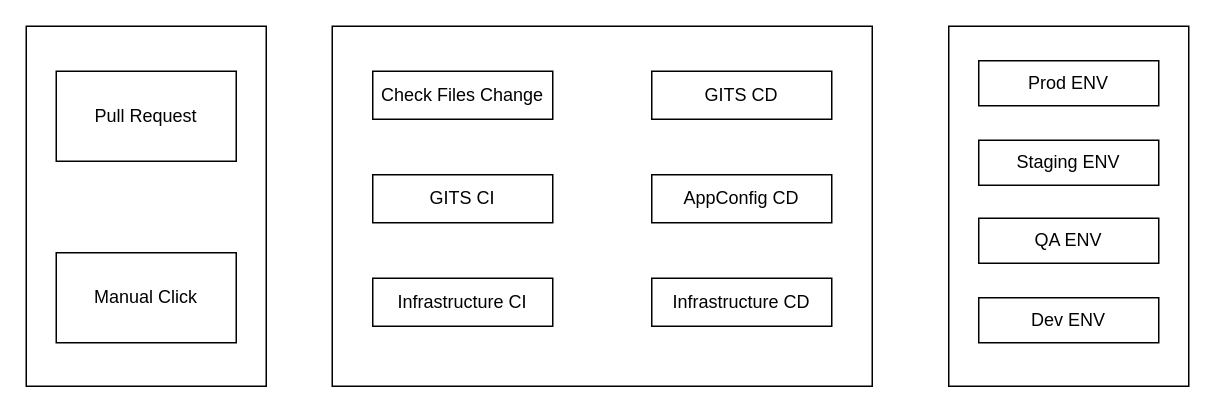
The draw.io diagram GITS CICD.drawio in wangpengming/drawio, before the edit. Source tidied: cells renumbered, new cells numbered last; positions are measured from the earlier drawing's top-left corner, leaving out a move shared by most shapes. Both pictures are drawn from the tidied source at 150%, with x=0, y=0 at pixel (26, 26).
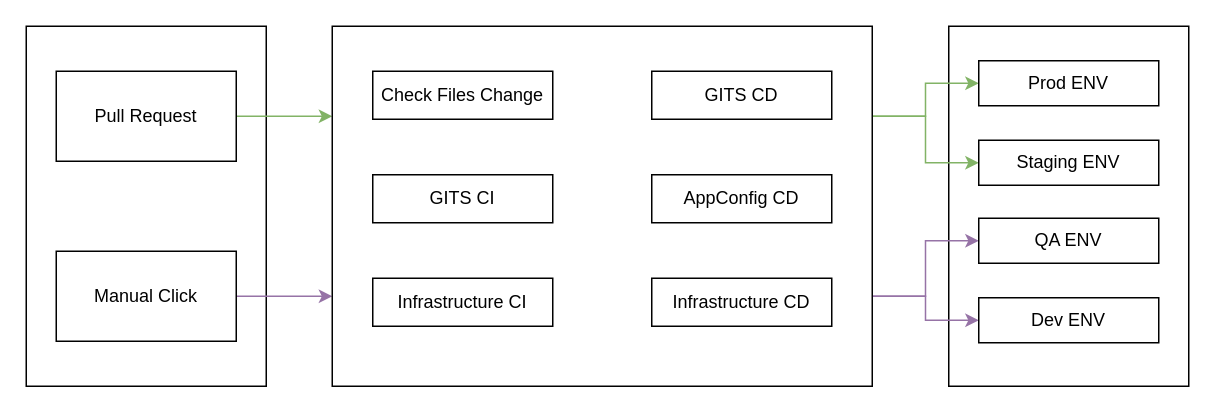
The same diagram, later.

Unchanged cells that the change refers to:
```xml
<mxCell id="3" value="Pull Request" style="rounded=0;whiteSpace=wrap;html=1;fillColor=none;" parent="1" vertex="1">
  <mxGeometry x="20" y="30" width="120" height="60" as="geometry" />
</mxCell>
<mxCell id="6" style="rounded=0;whiteSpace=wrap;html=1;fillColor=none;" parent="1" vertex="1">
  <mxGeometry x="204" width="360" height="240" as="geometry" />
</mxCell>
<mxCell id="13" value="Prod ENV" style="rounded=0;whiteSpace=wrap;html=1;fillColor=none;" parent="1" vertex="1">
  <mxGeometry x="635" y="23" width="120" height="30" as="geometry" />
</mxCell>
<mxCell id="14" value="Staging ENV" style="rounded=0;whiteSpace=wrap;html=1;fillColor=none;" parent="1" vertex="1">
  <mxGeometry x="635" y="76" width="120" height="30" as="geometry" />
</mxCell>
<mxCell id="15" value="QA ENV" style="rounded=0;whiteSpace=wrap;html=1;fillColor=none;" parent="1" vertex="1">
  <mxGeometry x="635" y="128" width="120" height="30" as="geometry" />
</mxCell>
<mxCell id="16" value="Dev ENV" style="rounded=0;whiteSpace=wrap;html=1;fillColor=none;" parent="1" vertex="1">
  <mxGeometry x="635" y="181" width="120" height="30" as="geometry" />
</mxCell>
```

What changed in the source:
```diff
@@
+    <mxCell id="17" style="edgeStyle=orthogonalEdgeStyle;rounded=0;jettySize=auto;html=1;exitX=1;exitY=0.5;exitDx=0;exitDy=0;entryX=0;entryY=0.25;entryDx=0;entryDy=0;fillColor=#d5e8d4;strokeColor=#82b366;" parent="1" edge="1" source="3" target="6">
+      <mxGeometry relative="1" as="geometry" />
+    </mxCell>
@@
+    <mxCell id="18" style="edgeStyle=orthogonalEdgeStyle;rounded=0;jettySize=auto;html=1;exitX=1;exitY=0.5;exitDx=0;exitDy=0;entryX=0;entryY=0.75;entryDx=0;entryDy=0;fillColor=#e1d5e7;strokeColor=#9673a6;" parent="1" edge="1" source="4" target="6">
+      <mxGeometry relative="1" as="geometry" />
+    </mxCell>
     <mxCell id="4" value="Manual Click" style="rounded=0;whiteSpace=wrap;html=1;fillColor=none;" parent="1" vertex="1">
-      <mxGeometry x="20" y="151" width="120" height="60" as="geometry" />
+      <mxGeometry x="20" y="150" width="120" height="60" as="geometry" />
     </mxCell>
@@
+    <mxCell id="19" style="edgeStyle=orthogonalEdgeStyle;rounded=0;jettySize=auto;html=1;exitX=1;exitY=0.25;exitDx=0;exitDy=0;entryX=0;entryY=0.5;entryDx=0;entryDy=0;fillColor=#d5e8d4;strokeColor=#82b366;" parent="1" edge="1" source="6" target="13">
+      <mxGeometry relative="1" as="geometry" />
+    </mxCell>
+    <mxCell id="20" style="edgeStyle=orthogonalEdgeStyle;rounded=0;jettySize=auto;html=1;exitX=1;exitY=0.25;exitDx=0;exitDy=0;entryX=0;entryY=0.5;entryDx=0;entryDy=0;fillColor=#d5e8d4;strokeColor=#82b366;" parent="1" edge="1" source="6" target="14">
+      <mxGeometry relative="1" as="geometry" />
+    </mxCell>
+    <mxCell id="21" style="edgeStyle=orthogonalEdgeStyle;rounded=0;jettySize=auto;html=1;exitX=1;exitY=0.75;exitDx=0;exitDy=0;entryX=0;entryY=0.5;entryDx=0;entryDy=0;fillColor=#e1d5e7;strokeColor=#9673a6;" parent="1" edge="1" source="6" target="15">
+      <mxGeometry relative="1" as="geometry" />
+    </mxCell>
+    <mxCell id="22" style="edgeStyle=orthogonalEdgeStyle;rounded=0;jettySize=auto;html=1;exitX=1;exitY=0.75;exitDx=0;exitDy=0;entryX=0;entryY=0.5;entryDx=0;entryDy=0;fillColor=#e1d5e7;strokeColor=#9673a6;" parent="1" edge="1" source="6" target="16">
+      <mxGeometry relative="1" as="geometry" />
+    </mxCell>
```
